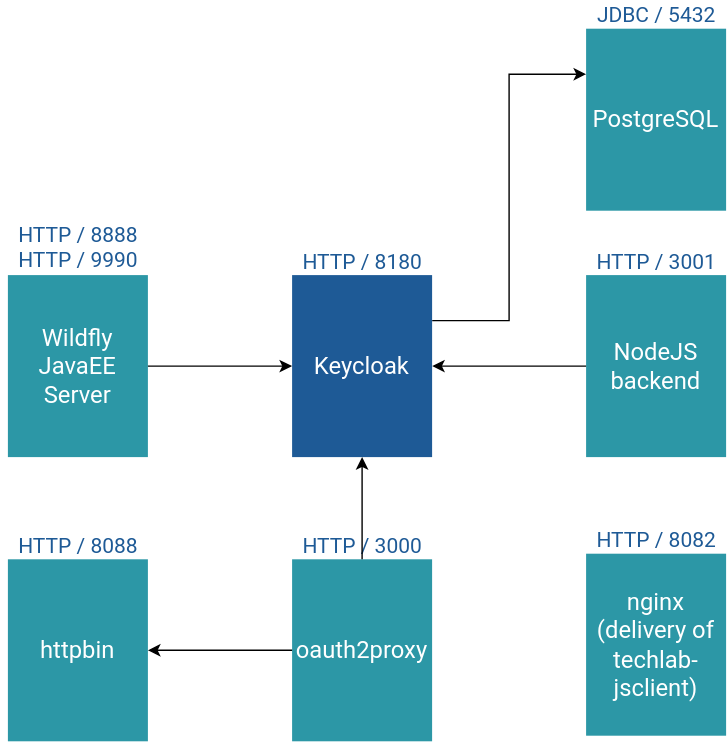
Earlier version of the draw.io export TechlabEnvironment.svg (puzzle/keycloak-techlab-setup). Source tidied: cells renumbered, new cells last; positions are measured from the earlier drawing's top-left corner, leaving out a move shared by most shapes.
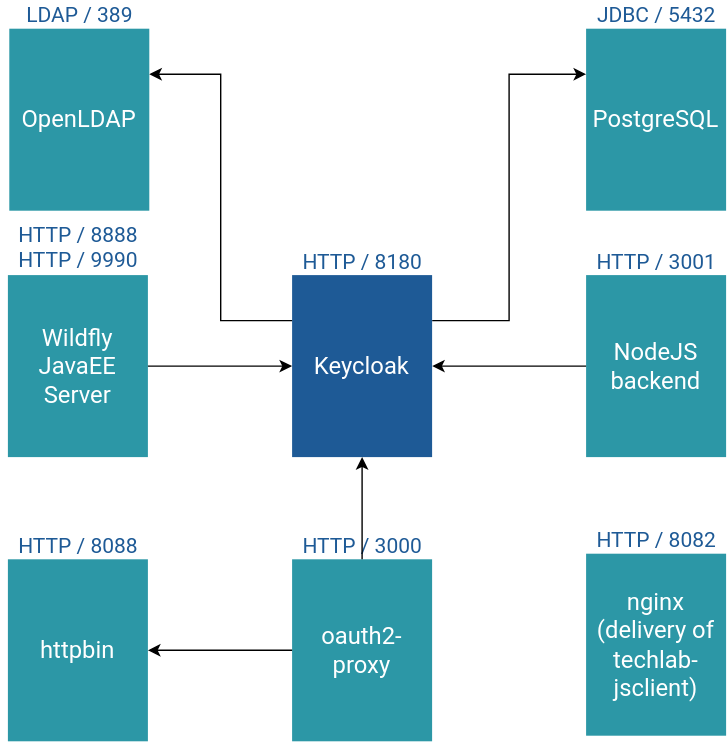
The same diagram one commit later.

Commit message:
updates for kc12 and oauth2proxy

Diff of the diagram source:
```diff
@@ -35,9 +35,9 @@
     <mxCell id="12" style="group;" parent="1" vertex="1">
       <mxGeometry x="208" y="379" width="100" height="150" as="geometry" />
     </mxCell>
-    <mxCell id="13" value="&lt;font style=&quot;font-size: 17px&quot; face=&quot;Roboto&quot;&gt;oauth2proxy&lt;br&gt;&lt;/font&gt;" style="rounded=0;whiteSpace=wrap;html=1;fillColor=#2C97A6;strokeColor=none;fontColor=#FFFFFF;" parent="12" vertex="1">
-      <mxGeometry y="20" width="100" height="130" as="geometry" />
-    </mxCell>
+    <mxCell id="28" value="&lt;font style=&quot;font-size: 17px&quot; face=&quot;Roboto&quot;&gt;oauth2-proxy&lt;br&gt;&lt;/font&gt;" style="rounded=0;whiteSpace=wrap;html=1;fillColor=#2C97A6;strokeColor=none;fontColor=#FFFFFF;" parent="12" vertex="1">
+      <mxGeometry y="20" width="100" height="130" as="geometry" />
+    </mxCell>
     <mxCell id="14" value="&lt;font style=&quot;font-size: 15px&quot; face=&quot;Roboto&quot; color=&quot;#1E5A96&quot;&gt;HTTP / 3000&lt;br&gt;&lt;/font&gt;" style="text;html=1;align=center;verticalAlign=middle;fillColor=none;strokeColor=none;rounded=0;" parent="12" vertex="1">
       <mxGeometry width="100" height="20" as="geometry" />
     </mxCell>
@@ -71,14 +71,26 @@
     <mxCell id="24" value="&lt;font style=&quot;font-size: 15px&quot; face=&quot;Roboto&quot; color=&quot;#1E5A96&quot;&gt;JDBC / 5432&lt;/font&gt;" style="text;html=1;align=center;verticalAlign=middle;fillColor=none;strokeColor=none;rounded=0;" parent="22" vertex="1">
       <mxGeometry width="100" height="20" as="geometry" />
     </mxCell>
-    <mxCell id="25" style="edgeStyle=orthogonalEdgeStyle;rounded=0;jettySize=auto;html=1;entryX=0.5;entryY=1;entryDx=0;entryDy=0;" parent="1" edge="1" source="13" target="17">
-      <mxGeometry relative="1" as="geometry" />
-    </mxCell>
-    <mxCell id="26" style="edgeStyle=orthogonalEdgeStyle;rounded=0;jettySize=auto;html=1;entryX=1;entryY=0.5;entryDx=0;entryDy=0;" parent="1" edge="1" source="13" target="4">
-      <mxGeometry relative="1" as="geometry" />
-    </mxCell>
+    <mxCell id="29" style="edgeStyle=orthogonalEdgeStyle;rounded=0;jettySize=auto;html=1;entryX=0.5;entryY=1;entryDx=0;entryDy=0;" parent="1" edge="1" source="28" target="17">
+      <mxGeometry relative="1" as="geometry" />
+    </mxCell>
+    <mxCell id="30" style="edgeStyle=orthogonalEdgeStyle;rounded=0;jettySize=auto;html=1;entryX=1;entryY=0.5;entryDx=0;entryDy=0;" parent="1" edge="1" source="28" target="4">
+      <mxGeometry relative="1" as="geometry" />
+    </mxCell>
     <mxCell id="27" value="&lt;div&gt;&lt;font style=&quot;font-size: 15px&quot; face=&quot;Roboto&quot; color=&quot;#1E5A96&quot;&gt;HTTP / 8888&lt;br&gt;&lt;/font&gt;&lt;/div&gt;&lt;div&gt;&lt;font style=&quot;font-size: 15px&quot; face=&quot;Roboto&quot; color=&quot;#1E5A96&quot;&gt;HTTP / 9990&lt;/font&gt;&lt;/div&gt;" style="text;html=1;align=center;verticalAlign=middle;fillColor=none;strokeColor=none;rounded=0;" parent="1" vertex="1">
       <mxGeometry x="5" y="156" width="100" height="40" as="geometry" />
     </mxCell>
+    <mxCell id="31" style="group;" parent="1" vertex="1">
+      <mxGeometry x="6" width="100" height="150" as="geometry" />
+    </mxCell>
+    <mxCell id="32" value="&lt;font style=&quot;font-size: 17px&quot; face=&quot;Roboto&quot;&gt;OpenLDAP&lt;/font&gt;" style="rounded=0;whiteSpace=wrap;html=1;fillColor=#2C97A6;strokeColor=none;fontColor=#FFFFFF;" parent="31" vertex="1">
+      <mxGeometry y="20" width="100" height="130" as="geometry" />
+    </mxCell>
+    <mxCell id="33" value="&lt;font style=&quot;font-size: 15px&quot; face=&quot;Roboto&quot; color=&quot;#1E5A96&quot;&gt;LDAP / 389&lt;/font&gt;" style="text;html=1;align=center;verticalAlign=middle;fillColor=none;strokeColor=none;rounded=0;" parent="31" vertex="1">
+      <mxGeometry x="5" width="90" height="20" as="geometry" />
+    </mxCell>
+    <mxCell id="34" style="edgeStyle=orthogonalEdgeStyle;rounded=0;jettySize=auto;html=1;exitX=0;exitY=0.25;exitDx=0;exitDy=0;entryX=1;entryY=0.25;entryDx=0;entryDy=0;" parent="1" edge="1" source="17" target="32">
+      <mxGeometry relative="1" as="geometry" />
+    </mxCell>
   </root>
 </mxGraphModel>
```
